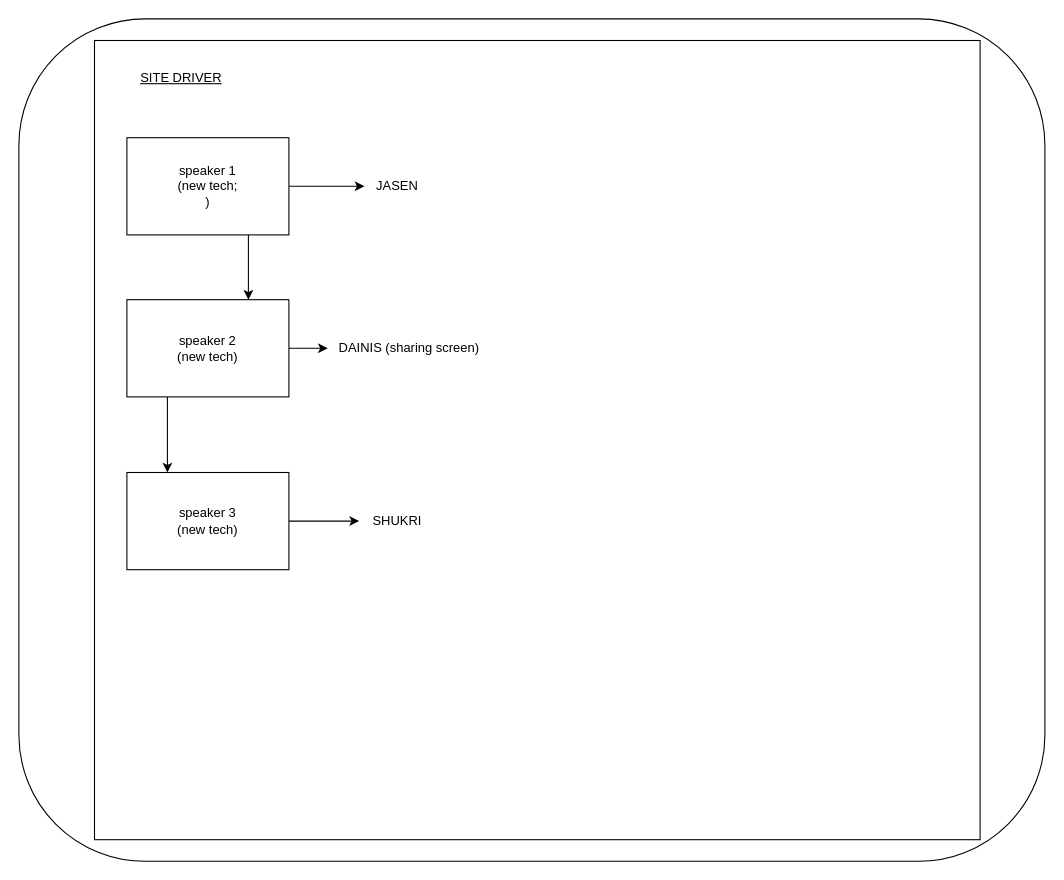
Above: present.drawio in scmh001/react-hooks-phase-2-project (draw.io), before the change. Source tidied: cells renumbered, new cells numbered last; positions are measured from the earlier drawing's top-left corner, leaving out a move shared by most shapes. Both pictures are drawn from the tidied source at 108%, with x=0, y=0 at pixel (18, 18).
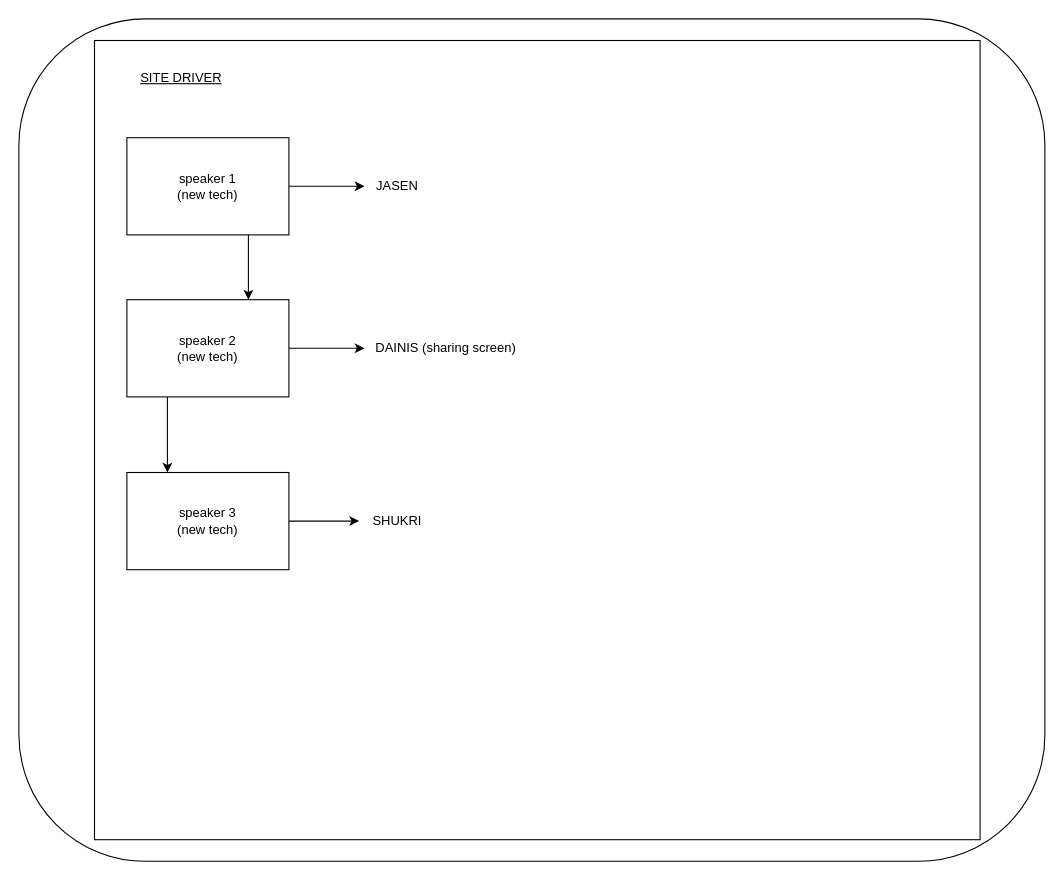
After the change.

What changed in the source:
```diff
@@
 <mxGraphModel>
   <root>
     <mxCell id="0" />
     <mxCell id="1" parent="0" />
     <mxCell id="2" style="rounded=1;whiteSpace=wrap;html=1;labelBorderColor=#99004D;" parent="1" vertex="1">
       <mxGeometry width="950" height="780" as="geometry" />
     </mxCell>
     <mxCell id="3" style="whiteSpace=wrap;html=1;" parent="1" vertex="1">
       <mxGeometry x="70" y="20" width="820" height="740" as="geometry" />
     </mxCell>
     <mxCell id="4" style="edgeStyle=none;html=1;exitX=0.75;exitY=1;exitDx=0;exitDy=0;entryX=0.75;entryY=0;entryDx=0;entryDy=0;" parent="1" edge="1" source="6" target="11">
       <mxGeometry relative="1" as="geometry" />
     </mxCell>
     <mxCell id="5" style="edgeStyle=none;html=1;exitX=1;exitY=0.5;exitDx=0;exitDy=0;" parent="1" edge="1" source="6" target="13">
       <mxGeometry relative="1" as="geometry" />
     </mxCell>
-    <mxCell id="6" value="speaker 1&lt;br&gt;(new tech;&lt;br&gt;)" style="whiteSpace=wrap;html=1;" parent="1" vertex="1">
+    <mxCell id="6" value="speaker 1&lt;br&gt;(new tech)" style="whiteSpace=wrap;html=1;" parent="1" vertex="1">
       <mxGeometry x="100" y="110" width="150" height="90" as="geometry" />
     </mxCell>
     <mxCell id="7" style="edgeStyle=none;html=1;exitX=1;exitY=0.5;exitDx=0;exitDy=0;" parent="1" edge="1" source="8" target="15">
       <mxGeometry relative="1" as="geometry" />
     </mxCell>
     <mxCell id="8" value="speaker 3&lt;br&gt;(new tech)" style="whiteSpace=wrap;html=1;" parent="1" vertex="1">
       <mxGeometry x="100" y="420" width="150" height="90" as="geometry" />
     </mxCell>
     <mxCell id="9" style="edgeStyle=none;html=1;exitX=0.25;exitY=1;exitDx=0;exitDy=0;entryX=0.25;entryY=0;entryDx=0;entryDy=0;" parent="1" edge="1" source="11" target="8">
       <mxGeometry relative="1" as="geometry" />
     </mxCell>
     <mxCell id="10" style="edgeStyle=none;html=1;exitX=1;exitY=0.5;exitDx=0;exitDy=0;" parent="1" edge="1" source="11" target="14">
       <mxGeometry relative="1" as="geometry" />
     </mxCell>
     <mxCell id="11" value="speaker 2&lt;br&gt;(new tech)" style="whiteSpace=wrap;html=1;" parent="1" vertex="1">
       <mxGeometry x="100" y="260" width="150" height="90" as="geometry" />
     </mxCell>
     <mxCell id="12" value="&lt;u&gt;SITE DRIVER&lt;/u&gt;" style="text;html=1;align=center;verticalAlign=middle;strokeColor=none;fillColor=none;" parent="1" vertex="1">
       <mxGeometry x="100" y="40" width="100" height="30" as="geometry" />
     </mxCell>
     <mxCell id="13" value="JASEN" style="text;html=1;align=center;verticalAlign=middle;points=[];strokeColor=none;fillColor=none;" parent="1" vertex="1">
       <mxGeometry x="320" y="140" width="60" height="30" as="geometry" />
     </mxCell>
     <mxCell id="14" value="DAINIS (sharing screen)" style="text;html=1;align=center;verticalAlign=middle;points=[];strokeColor=none;fillColor=none;" parent="1" vertex="1">
-      <mxGeometry x="286" y="290" width="150" height="30" as="geometry" />
+      <mxGeometry x="320" y="290" width="150" height="30" as="geometry" />
     </mxCell>
     <mxCell id="15" value="SHUKRI" style="text;html=1;align=center;verticalAlign=middle;points=[];strokeColor=none;fillColor=none;" parent="1" vertex="1">
       <mxGeometry x="315" y="450" width="70" height="30" as="geometry" />
     </mxCell>
   </root>
 </mxGraphModel>
```
